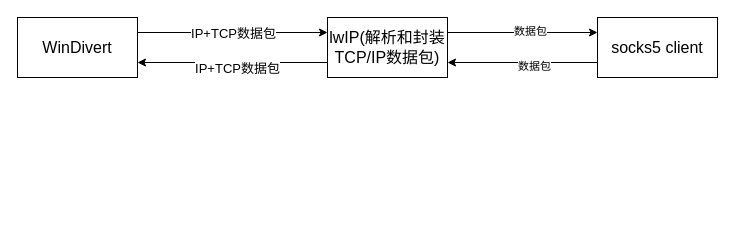
The draw.io diagram d2s.drawio in dosmlp/drawio, before the edit. Source tidied: cells renumbered, new cells numbered last; positions are measured from the earlier drawing's top-left corner, leaving out a move shared by most shapes. Both pictures are drawn from the tidied source at 100%, with x=0, y=0 at pixel (17, 17).
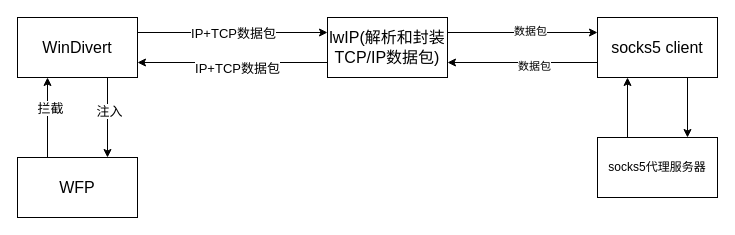
The same diagram, later.

The change refers to these unchanged cells:
```xml
<mxCell id="2" value="WinDivert" style="rounded=0;whiteSpace=wrap;html=1;fontSize=16;" parent="1" vertex="1">
  <mxGeometry width="120" height="60" as="geometry" />
</mxCell>
<mxCell id="10" value="socks5 client" style="rounded=0;whiteSpace=wrap;html=1;fontSize=16;" parent="1" vertex="1">
  <mxGeometry x="580" width="120" height="60" as="geometry" />
</mxCell>
```

Change to the diagram source:
```diff
@@
+    <mxCell id="13" style="edgeStyle=orthogonalEdgeStyle;rounded=0;jettySize=auto;html=1;exitX=0.75;exitY=1;exitDx=0;exitDy=0;entryX=0.75;entryY=0;entryDx=0;entryDy=0;" parent="1" edge="1" source="2" target="20">
+      <mxGeometry relative="1" as="geometry" />
+    </mxCell>
+    <mxCell id="14" value="注入" style="edgeLabel;html=1;align=center;verticalAlign=middle;fontSize=13;" parent="13" vertex="1">
+      <mxGeometry x="-0.17" y="1" relative="1" as="geometry" />
+    </mxCell>
@@
+    <mxCell id="15" style="edgeStyle=orthogonalEdgeStyle;rounded=0;jettySize=auto;html=1;exitX=0.75;exitY=1;exitDx=0;exitDy=0;entryX=0.75;entryY=0;entryDx=0;entryDy=0;" parent="1" edge="1" source="10" target="17">
+      <mxGeometry relative="1" as="geometry" />
+    </mxCell>
@@
+    <mxCell id="16" style="edgeStyle=orthogonalEdgeStyle;rounded=0;jettySize=auto;html=1;exitX=0.25;exitY=0;exitDx=0;exitDy=0;entryX=0.25;entryY=1;entryDx=0;entryDy=0;" parent="1" edge="1" source="17" target="10">
+      <mxGeometry relative="1" as="geometry" />
+    </mxCell>
+    <mxCell id="17" value="socks5代理服务器" style="rounded=0;whiteSpace=wrap;html=1;" parent="1" vertex="1">
+      <mxGeometry x="580" y="120" width="120" height="60" as="geometry" />
+    </mxCell>
+    <mxCell id="18" style="edgeStyle=orthogonalEdgeStyle;rounded=0;jettySize=auto;html=1;exitX=0.25;exitY=0;exitDx=0;exitDy=0;entryX=0.25;entryY=1;entryDx=0;entryDy=0;" parent="1" edge="1" source="20" target="2">
+      <mxGeometry relative="1" as="geometry" />
+    </mxCell>
+    <mxCell id="19" value="拦截" style="edgeLabel;html=1;align=center;verticalAlign=middle;fontSize=13;" parent="18" vertex="1">
+      <mxGeometry x="0.25" y="-2" relative="1" as="geometry" />
+    </mxCell>
+    <mxCell id="20" value="WFP" style="rounded=0;whiteSpace=wrap;html=1;fontSize=16;" parent="1" vertex="1">
+      <mxGeometry y="140" width="120" height="60" as="geometry" />
+    </mxCell>
```
